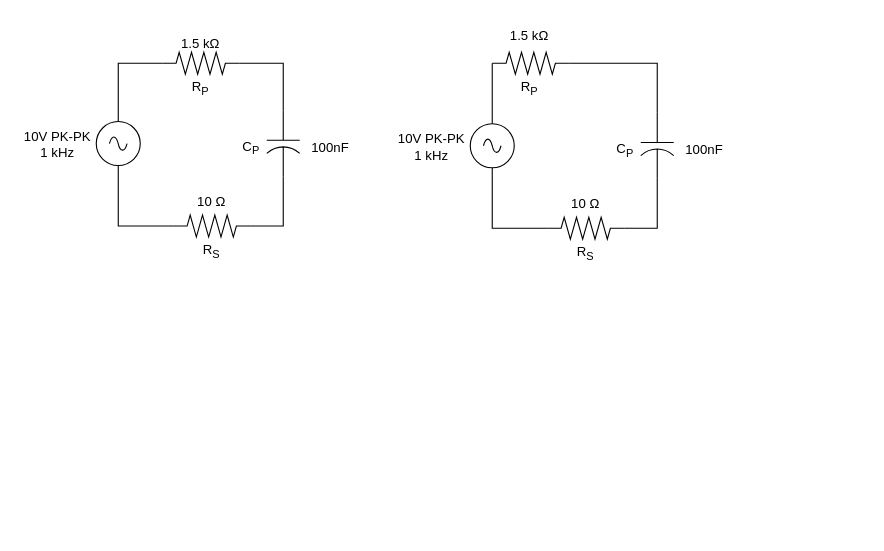
This is Untitled Diagram.drawio from Cheezy-Pizza/FlowChartFiles, a draw.io file, before an edit. Source tidied: cells renumbered, new cells numbered last; positions are measured from the earlier drawing's top-left corner, leaving out a move shared by most shapes. Both pictures are drawn from the tidied source at 110%, with x=0, y=0 at pixel (19, 19).
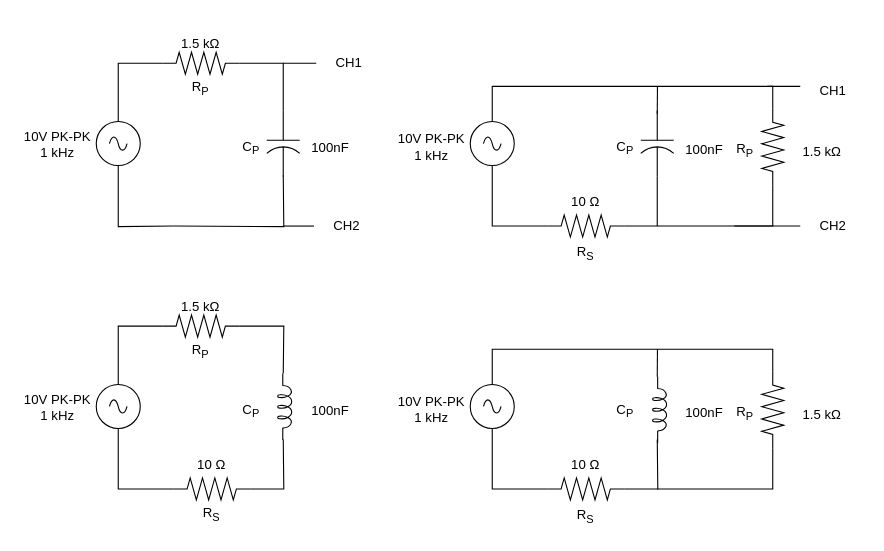
After the change.

Unchanged cells that the change refers to:
```xml
<mxCell id="2" style="verticalLabelPosition=bottom;shadow=0;dashed=0;align=center;html=1;verticalAlign=top;shape=mxgraph.electrical.capacitors.capacitor_2;rotation=90;" parent="1" vertex="1">
  <mxGeometry x="210" y="98" width="60" height="30" as="geometry" />
</mxCell>
<mxCell id="3" style="verticalLabelPosition=bottom;shadow=0;dashed=0;align=center;html=1;verticalAlign=top;shape=mxgraph.electrical.signal_sources.source;points=[[0.5,0,0],[1,0.5,0],[0.5,1,0],[0,0.5,0]];elSignalType=ac;" parent="1" vertex="1">
  <mxGeometry x="70" y="93" width="40" height="40" as="geometry" />
</mxCell>
```

What changed in the source:
```diff
@@
-    <mxCell id="7" style="verticalLabelPosition=bottom;shadow=0;dashed=0;align=center;html=1;verticalAlign=top;shape=mxgraph.electrical.resistors.resistor_2;" parent="1" vertex="1">
-      <mxGeometry x="140" y="178" width="70" height="20" as="geometry" />
-    </mxCell>
-    <mxCell id="8" style="edgeStyle=orthogonalEdgeStyle;rounded=0;jettySize=auto;html=1;entryX=1;entryY=0.5;entryDx=0;entryDy=0;entryPerimeter=0;endArrow=none;startFill=0;" parent="1" edge="1" source="7" target="2">
-      <mxGeometry relative="1" as="geometry" />
+    <mxCell id="8" style="edgeStyle=orthogonalEdgeStyle;rounded=0;orthogonalLoop=1;jettySize=auto;html=1;entryX=1;entryY=0.5;entryDx=0;entryDy=0;entryPerimeter=0;endArrow=none;startFill=0;" parent="1" edge="1">
+      <mxGeometry relative="1" as="geometry">
+        <mxPoint x="140" y="188" as="sourcePoint" />
+        <mxPoint x="240" y="142" as="targetPoint" />
+      </mxGeometry>
     </mxCell>
-    <mxCell id="9" style="edgeStyle=orthogonalEdgeStyle;rounded=0;jettySize=auto;html=1;exitX=0;exitY=0.5;exitDx=0;exitDy=0;exitPerimeter=0;entryX=0.5;entryY=1;entryDx=0;entryDy=0;entryPerimeter=0;endArrow=none;startFill=0;" parent="1" edge="1" source="7" target="3">
-      <mxGeometry relative="1" as="geometry" />
+    <mxCell id="9" style="edgeStyle=orthogonalEdgeStyle;rounded=0;jettySize=auto;html=1;exitX=0;exitY=0.5;exitDx=0;exitDy=0;exitPerimeter=0;entryX=0.5;entryY=1;entryDx=0;entryDy=0;entryPerimeter=0;endArrow=none;startFill=0;" parent="1" edge="1" target="3">
+      <mxGeometry relative="1" as="geometry">
+        <mxPoint x="140" y="188" as="sourcePoint" />
+      </mxGeometry>
     </mxCell>
@@
-    <mxCell id="12" value="R&lt;sub&gt;S&lt;/sub&gt;" style="text;html=1;align=center;verticalAlign=middle;whiteSpace=wrap;rounded=0;" parent="1" vertex="1">
-      <mxGeometry x="145" y="196" width="60" height="30" as="geometry" />
-    </mxCell>
@@
-    <mxCell id="16" value="10 Ω" style="text;html=1;align=center;verticalAlign=middle;whiteSpace=wrap;rounded=0;" parent="1" vertex="1">
-      <mxGeometry x="145" y="151" width="60" height="30" as="geometry" />
-    </mxCell>
+    <mxCell id="32" style="edgeStyle=orthogonalEdgeStyle;rounded=0;orthogonalLoop=1;jettySize=auto;html=1;exitX=0;exitY=0.5;exitDx=0;exitDy=0;exitPerimeter=0;endArrow=none;startFill=0;" parent="1" edge="1">
+      <mxGeometry relative="1" as="geometry">
+        <mxPoint x="580" y="86" as="sourcePoint" />
+        <mxPoint x="580.2" y="61" as="targetPoint" />
+      </mxGeometry>
+    </mxCell>
     <mxCell id="17" style="verticalLabelPosition=bottom;shadow=0;dashed=0;align=center;html=1;verticalAlign=top;shape=mxgraph.electrical.capacitors.capacitor_2;rotation=90;" parent="1" vertex="1">
-      <mxGeometry x="550" y="100" width="60" height="30" as="geometry" />
+      <mxGeometry x="550" y="98" width="60" height="30" as="geometry" />
     </mxCell>
     <mxCell id="18" style="verticalLabelPosition=bottom;shadow=0;dashed=0;align=center;html=1;verticalAlign=top;shape=mxgraph.electrical.signal_sources.source;points=[[0.5,0,0],[1,0.5,0],[0.5,1,0],[0,0.5,0]];elSignalType=ac;" parent="1" vertex="1">
-      <mxGeometry x="410" y="95" width="40" height="40" as="geometry" />
+      <mxGeometry x="410" y="93" width="40" height="40" as="geometry" />
     </mxCell>
+    <mxCell id="33" style="edgeStyle=orthogonalEdgeStyle;rounded=0;jettySize=auto;html=1;exitX=1;exitY=0.5;exitDx=0;exitDy=0;exitPerimeter=0;endArrow=none;startFill=0;" parent="1" edge="1" source="19">
+      <mxGeometry relative="1" as="geometry">
+        <mxPoint x="580" y="188" as="targetPoint" />
+        <Array as="points">
+          <mxPoint x="685" y="188" />
+        </Array>
+      </mxGeometry>
+    </mxCell>
-    <mxCell id="19" style="verticalLabelPosition=bottom;shadow=0;dashed=0;align=center;html=1;verticalAlign=top;shape=mxgraph.electrical.resistors.resistor_2;" parent="1" vertex="1">
-      <mxGeometry x="430" y="30" width="70" height="20" as="geometry" />
+    <mxCell id="19" style="verticalLabelPosition=bottom;shadow=0;dashed=0;align=center;html=1;verticalAlign=top;shape=mxgraph.electrical.resistors.resistor_2;rotation=90;" parent="1" vertex="1">
+      <mxGeometry x="650" y="106" width="70" height="20" as="geometry" />
     </mxCell>
-    <mxCell id="20" style="edgeStyle=orthogonalEdgeStyle;rounded=0;jettySize=auto;html=1;exitX=0.5;exitY=0;exitDx=0;exitDy=0;exitPerimeter=0;entryX=0;entryY=0.5;entryDx=0;entryDy=0;entryPerimeter=0;endArrow=none;startFill=0;" parent="1" edge="1" source="18" target="19">
-      <mxGeometry relative="1" as="geometry">
-        <Array as="points">
-          <mxPoint x="430" y="60" />
-          <mxPoint x="430" y="60" />
-        </Array>
-      </mxGeometry>
-    </mxCell>
-    <mxCell id="21" style="edgeStyle=orthogonalEdgeStyle;rounded=0;jettySize=auto;html=1;exitX=1;exitY=0.5;exitDx=0;exitDy=0;exitPerimeter=0;entryX=0;entryY=0.5;entryDx=0;entryDy=0;entryPerimeter=0;endArrow=none;startFill=0;" parent="1" edge="1" source="19" target="17">
-      <mxGeometry relative="1" as="geometry" />
-    </mxCell>
     <mxCell id="22" style="verticalLabelPosition=bottom;shadow=0;dashed=0;align=center;html=1;verticalAlign=top;shape=mxgraph.electrical.resistors.resistor_2;" parent="1" vertex="1">
-      <mxGeometry x="480" y="180" width="70" height="20" as="geometry" />
+      <mxGeometry x="480" y="178" width="70" height="20" as="geometry" />
     </mxCell>
@@
     <mxCell id="25" value="R&lt;sub&gt;P&lt;/sub&gt;" style="text;html=1;align=center;verticalAlign=middle;whiteSpace=wrap;rounded=0;" parent="1" vertex="1">
-      <mxGeometry x="434" y="48" width="60" height="30" as="geometry" />
+      <mxGeometry x="630" y="104" width="60" height="30" as="geometry" />
     </mxCell>
     <mxCell id="26" value="C&lt;sub&gt;P&lt;/sub&gt;" style="text;html=1;align=center;verticalAlign=middle;whiteSpace=wrap;rounded=0;" parent="1" vertex="1">
-      <mxGeometry x="521" y="104" width="60" height="30" as="geometry" />
+      <mxGeometry x="521" y="102" width="60" height="30" as="geometry" />
     </mxCell>
@@
     <mxCell id="29" value="1.5 kΩ" style="text;html=1;align=center;verticalAlign=middle;whiteSpace=wrap;rounded=0;" parent="1" vertex="1">
-      <mxGeometry x="434" width="60" height="30" as="geometry" />
+      <mxGeometry x="700" y="106" width="60" height="30" as="geometry" />
     </mxCell>
@@
     <mxCell id="31" value="10 Ω" style="text;html=1;align=center;verticalAlign=middle;whiteSpace=wrap;rounded=0;" parent="1" vertex="1">
-      <mxGeometry x="485" y="153" width="60" height="30" as="geometry" />
+      <mxGeometry x="485" y="151" width="60" height="30" as="geometry" />
     </mxCell>
+    <mxCell id="34" style="edgeStyle=orthogonalEdgeStyle;rounded=0;orthogonalLoop=1;jettySize=auto;html=1;entryX=0.5;entryY=0;entryDx=0;entryDy=0;entryPerimeter=0;endArrow=none;startFill=0;" parent="1" edge="1">
+      <mxGeometry relative="1" as="geometry">
+        <mxPoint x="685" y="81" as="sourcePoint" />
+        <mxPoint x="430" y="93" as="targetPoint" />
+        <Array as="points">
+          <mxPoint x="685" y="61" />
+          <mxPoint x="430" y="61" />
+        </Array>
+      </mxGeometry>
+    </mxCell>
+    <mxCell id="35" style="verticalLabelPosition=bottom;shadow=0;dashed=0;align=center;html=1;verticalAlign=top;shape=mxgraph.electrical.signal_sources.source;points=[[0.5,0,0],[1,0.5,0],[0.5,1,0],[0,0.5,0]];elSignalType=ac;" parent="1" vertex="1">
+      <mxGeometry x="70" y="332" width="40" height="40" as="geometry" />
+    </mxCell>
+    <mxCell id="36" style="verticalLabelPosition=bottom;shadow=0;dashed=0;align=center;html=1;verticalAlign=top;shape=mxgraph.electrical.resistors.resistor_2;" parent="1" vertex="1">
+      <mxGeometry x="130" y="269" width="70" height="20" as="geometry" />
+    </mxCell>
+    <mxCell id="37" style="edgeStyle=orthogonalEdgeStyle;rounded=0;jettySize=auto;html=1;exitX=0.5;exitY=0;exitDx=0;exitDy=0;exitPerimeter=0;entryX=0;entryY=0.5;entryDx=0;entryDy=0;entryPerimeter=0;endArrow=none;startFill=0;" parent="1" edge="1" source="35" target="36">
+      <mxGeometry relative="1" as="geometry">
+        <Array as="points">
+          <mxPoint x="90" y="297" />
+          <mxPoint x="90" y="297" />
+        </Array>
+      </mxGeometry>
+    </mxCell>
+    <mxCell id="38" style="edgeStyle=orthogonalEdgeStyle;rounded=0;jettySize=auto;html=1;exitX=1;exitY=0.5;exitDx=0;exitDy=0;exitPerimeter=0;entryX=0;entryY=0.5;entryDx=0;entryDy=0;entryPerimeter=0;endArrow=none;startFill=0;" parent="1" edge="1" source="36">
+      <mxGeometry relative="1" as="geometry">
+        <mxPoint x="240" y="322" as="targetPoint" />
+      </mxGeometry>
+    </mxCell>
+    <mxCell id="39" style="verticalLabelPosition=bottom;shadow=0;dashed=0;align=center;html=1;verticalAlign=top;shape=mxgraph.electrical.resistors.resistor_2;" parent="1" vertex="1">
+      <mxGeometry x="140" y="417" width="70" height="20" as="geometry" />
+    </mxCell>
+    <mxCell id="40" style="edgeStyle=orthogonalEdgeStyle;rounded=0;jettySize=auto;html=1;entryX=1;entryY=0.5;entryDx=0;entryDy=0;entryPerimeter=0;endArrow=none;startFill=0;" parent="1" edge="1" source="39">
+      <mxGeometry relative="1" as="geometry">
+        <mxPoint x="240" y="382" as="targetPoint" />
+      </mxGeometry>
+    </mxCell>
+    <mxCell id="41" style="edgeStyle=orthogonalEdgeStyle;rounded=0;jettySize=auto;html=1;exitX=0;exitY=0.5;exitDx=0;exitDy=0;exitPerimeter=0;entryX=0.5;entryY=1;entryDx=0;entryDy=0;entryPerimeter=0;endArrow=none;startFill=0;" parent="1" edge="1" source="39" target="35">
+      <mxGeometry relative="1" as="geometry" />
+    </mxCell>
+    <mxCell id="42" value="R&lt;sub&gt;P&lt;/sub&gt;" style="text;html=1;align=center;verticalAlign=middle;whiteSpace=wrap;rounded=0;" parent="1" vertex="1">
+      <mxGeometry x="135" y="287" width="60" height="30" as="geometry" />
+    </mxCell>
+    <mxCell id="43" value="C&lt;sub&gt;P&lt;/sub&gt;" style="text;html=1;align=center;verticalAlign=middle;whiteSpace=wrap;rounded=0;" parent="1" vertex="1">
+      <mxGeometry x="181" y="341" width="60" height="30" as="geometry" />
+    </mxCell>
+    <mxCell id="44" value="R&lt;sub&gt;S&lt;/sub&gt;" style="text;html=1;align=center;verticalAlign=middle;whiteSpace=wrap;rounded=0;" parent="1" vertex="1">
+      <mxGeometry x="145" y="435" width="60" height="30" as="geometry" />
+    </mxCell>
+    <mxCell id="45" value="10V PK-PK&lt;br&gt;1 kHz" style="text;html=1;align=center;verticalAlign=middle;whiteSpace=wrap;rounded=0;" parent="1" vertex="1">
+      <mxGeometry y="338" width="70" height="30" as="geometry" />
+    </mxCell>
+    <mxCell id="46" value="1.5 kΩ" style="text;html=1;align=center;verticalAlign=middle;whiteSpace=wrap;rounded=0;" parent="1" vertex="1">
+      <mxGeometry x="135" y="247" width="60" height="30" as="geometry" />
+    </mxCell>
+    <mxCell id="47" value="100nF" style="text;html=1;align=center;verticalAlign=middle;whiteSpace=wrap;rounded=0;" parent="1" vertex="1">
+      <mxGeometry x="253" y="341" width="60" height="30" as="geometry" />
+    </mxCell>
+    <mxCell id="48" value="10 Ω" style="text;html=1;align=center;verticalAlign=middle;whiteSpace=wrap;rounded=0;" parent="1" vertex="1">
+      <mxGeometry x="145" y="390" width="60" height="30" as="geometry" />
+    </mxCell>
+    <mxCell id="49" style="edgeStyle=orthogonalEdgeStyle;rounded=0;orthogonalLoop=1;jettySize=auto;html=1;exitX=0;exitY=0.5;exitDx=0;exitDy=0;exitPerimeter=0;endArrow=none;startFill=0;" parent="1" edge="1">
+      <mxGeometry relative="1" as="geometry">
+        <mxPoint x="580" y="325" as="sourcePoint" />
+        <mxPoint x="580.2" y="300" as="targetPoint" />
+      </mxGeometry>
+    </mxCell>
+    <mxCell id="50" style="verticalLabelPosition=bottom;shadow=0;dashed=0;align=center;html=1;verticalAlign=top;shape=mxgraph.electrical.signal_sources.source;points=[[0.5,0,0],[1,0.5,0],[0.5,1,0],[0,0.5,0]];elSignalType=ac;" parent="1" vertex="1">
+      <mxGeometry x="410" y="332" width="40" height="40" as="geometry" />
+    </mxCell>
+    <mxCell id="51" style="edgeStyle=orthogonalEdgeStyle;rounded=0;jettySize=auto;html=1;exitX=1;exitY=0.5;exitDx=0;exitDy=0;exitPerimeter=0;endArrow=none;startFill=0;" parent="1" edge="1" source="52">
+      <mxGeometry relative="1" as="geometry">
+        <mxPoint x="580" y="427" as="targetPoint" />
+        <Array as="points">
+          <mxPoint x="685" y="427" />
+        </Array>
+      </mxGeometry>
+    </mxCell>
+    <mxCell id="52" style="verticalLabelPosition=bottom;shadow=0;dashed=0;align=center;html=1;verticalAlign=top;shape=mxgraph.electrical.resistors.resistor_2;rotation=90;" parent="1" vertex="1">
+      <mxGeometry x="650" y="345" width="70" height="20" as="geometry" />
+    </mxCell>
+    <mxCell id="53" style="verticalLabelPosition=bottom;shadow=0;dashed=0;align=center;html=1;verticalAlign=top;shape=mxgraph.electrical.resistors.resistor_2;" parent="1" vertex="1">
+      <mxGeometry x="480" y="417" width="70" height="20" as="geometry" />
+    </mxCell>
+    <mxCell id="54" style="edgeStyle=orthogonalEdgeStyle;rounded=0;jettySize=auto;html=1;entryX=1;entryY=0.5;entryDx=0;entryDy=0;entryPerimeter=0;endArrow=none;startFill=0;" parent="1" edge="1" source="53">
+      <mxGeometry relative="1" as="geometry">
+        <mxPoint x="580" y="382" as="targetPoint" />
+      </mxGeometry>
+    </mxCell>
+    <mxCell id="55" style="edgeStyle=orthogonalEdgeStyle;rounded=0;jettySize=auto;html=1;exitX=0;exitY=0.5;exitDx=0;exitDy=0;exitPerimeter=0;entryX=0.5;entryY=1;entryDx=0;entryDy=0;entryPerimeter=0;endArrow=none;startFill=0;" parent="1" edge="1" source="53" target="50">
+      <mxGeometry relative="1" as="geometry" />
+    </mxCell>
+    <mxCell id="56" value="R&lt;sub&gt;P&lt;/sub&gt;" style="text;html=1;align=center;verticalAlign=middle;whiteSpace=wrap;rounded=0;" parent="1" vertex="1">
+      <mxGeometry x="630" y="343" width="60" height="30" as="geometry" />
+    </mxCell>
+    <mxCell id="57" value="C&lt;sub&gt;P&lt;/sub&gt;" style="text;html=1;align=center;verticalAlign=middle;whiteSpace=wrap;rounded=0;" parent="1" vertex="1">
+      <mxGeometry x="521" y="341" width="60" height="30" as="geometry" />
+    </mxCell>
+    <mxCell id="58" value="R&lt;sub&gt;S&lt;/sub&gt;" style="text;html=1;align=center;verticalAlign=middle;whiteSpace=wrap;rounded=0;" parent="1" vertex="1">
+      <mxGeometry x="485" y="437" width="60" height="30" as="geometry" />
+    </mxCell>
+    <mxCell id="59" value="10V PK-PK&lt;br&gt;1 kHz" style="text;html=1;align=center;verticalAlign=middle;whiteSpace=wrap;rounded=0;" parent="1" vertex="1">
+      <mxGeometry x="340" y="340" width="70" height="30" as="geometry" />
+    </mxCell>
+    <mxCell id="60" value="1.5 kΩ" style="text;html=1;align=center;verticalAlign=middle;whiteSpace=wrap;rounded=0;" parent="1" vertex="1">
+      <mxGeometry x="700" y="345" width="60" height="30" as="geometry" />
+    </mxCell>
+    <mxCell id="61" value="100nF" style="text;html=1;align=center;verticalAlign=middle;whiteSpace=wrap;rounded=0;" parent="1" vertex="1">
+      <mxGeometry x="593" y="343" width="60" height="30" as="geometry" />
+    </mxCell>
+    <mxCell id="62" value="10 Ω" style="text;html=1;align=center;verticalAlign=middle;whiteSpace=wrap;rounded=0;" parent="1" vertex="1">
+      <mxGeometry x="485" y="390" width="60" height="30" as="geometry" />
+    </mxCell>
+    <mxCell id="63" style="edgeStyle=orthogonalEdgeStyle;rounded=0;orthogonalLoop=1;jettySize=auto;html=1;entryX=0.5;entryY=0;entryDx=0;entryDy=0;entryPerimeter=0;endArrow=none;startFill=0;" parent="1" edge="1">
+      <mxGeometry relative="1" as="geometry">
+        <mxPoint x="685" y="320" as="sourcePoint" />
+        <mxPoint x="430" y="332" as="targetPoint" />
+        <Array as="points">
+          <mxPoint x="685" y="300" />
+          <mxPoint x="430" y="300" />
+        </Array>
+      </mxGeometry>
+    </mxCell>
+    <mxCell id="64" style="edgeStyle=orthogonalEdgeStyle;rounded=0;jettySize=auto;html=1;endArrow=none;startFill=0;" parent="1" edge="1" source="65">
+      <mxGeometry relative="1" as="geometry">
+        <mxPoint x="240" y="40" as="targetPoint" />
+      </mxGeometry>
+    </mxCell>
+    <mxCell id="65" value="CH1" style="text;html=1;align=center;verticalAlign=middle;whiteSpace=wrap;rounded=0;" parent="1" vertex="1">
+      <mxGeometry x="270" y="25" width="60" height="30" as="geometry" />
+    </mxCell>
+    <mxCell id="66" style="edgeStyle=orthogonalEdgeStyle;rounded=0;jettySize=auto;html=1;endArrow=none;startFill=0;" parent="1" edge="1" source="67">
+      <mxGeometry relative="1" as="geometry">
+        <mxPoint x="240" y="188" as="targetPoint" />
+      </mxGeometry>
+    </mxCell>
+    <mxCell id="67" value="CH2" style="text;html=1;align=center;verticalAlign=middle;whiteSpace=wrap;rounded=0;" parent="1" vertex="1">
+      <mxGeometry x="268" y="173" width="60" height="30" as="geometry" />
+    </mxCell>
+    <mxCell id="68" style="edgeStyle=orthogonalEdgeStyle;rounded=0;orthogonalLoop=1;jettySize=auto;html=1;endArrow=none;startFill=0;" parent="1" edge="1">
+      <mxGeometry relative="1" as="geometry">
+        <mxPoint x="710" y="61" as="sourcePoint" />
+        <mxPoint x="680" y="61" as="targetPoint" />
+      </mxGeometry>
+    </mxCell>
+    <mxCell id="69" value="CH1" style="text;html=1;align=center;verticalAlign=middle;whiteSpace=wrap;rounded=0;" parent="1" vertex="1">
+      <mxGeometry x="710" y="50" width="60" height="30" as="geometry" />
+    </mxCell>
+    <mxCell id="70" style="edgeStyle=orthogonalEdgeStyle;rounded=0;jettySize=auto;html=1;endArrow=none;startFill=0;" parent="1" edge="1" source="71">
+      <mxGeometry relative="1" as="geometry">
+        <mxPoint x="650" y="188" as="targetPoint" />
+      </mxGeometry>
+    </mxCell>
+    <mxCell id="71" value="&lt;div&gt;CH2&lt;/div&gt;" style="text;html=1;align=center;verticalAlign=middle;whiteSpace=wrap;rounded=0;" parent="1" vertex="1">
+      <mxGeometry x="710" y="173" width="60" height="30" as="geometry" />
+    </mxCell>
+    <mxCell id="72" style="verticalLabelPosition=bottom;shadow=0;dashed=0;align=center;html=1;verticalAlign=top;shape=mxgraph.electrical.inductors.inductor_5;rotation=90;" parent="1" vertex="1">
+      <mxGeometry x="211.2" y="345.8" width="60.5" height="13" as="geometry" />
+    </mxCell>
+    <mxCell id="73" style="verticalLabelPosition=bottom;shadow=0;dashed=0;align=center;html=1;verticalAlign=top;shape=mxgraph.electrical.inductors.inductor_5;rotation=90;" parent="1" vertex="1">
+      <mxGeometry x="552" y="348.5" width="60.5" height="13" as="geometry" />
+    </mxCell>
```
